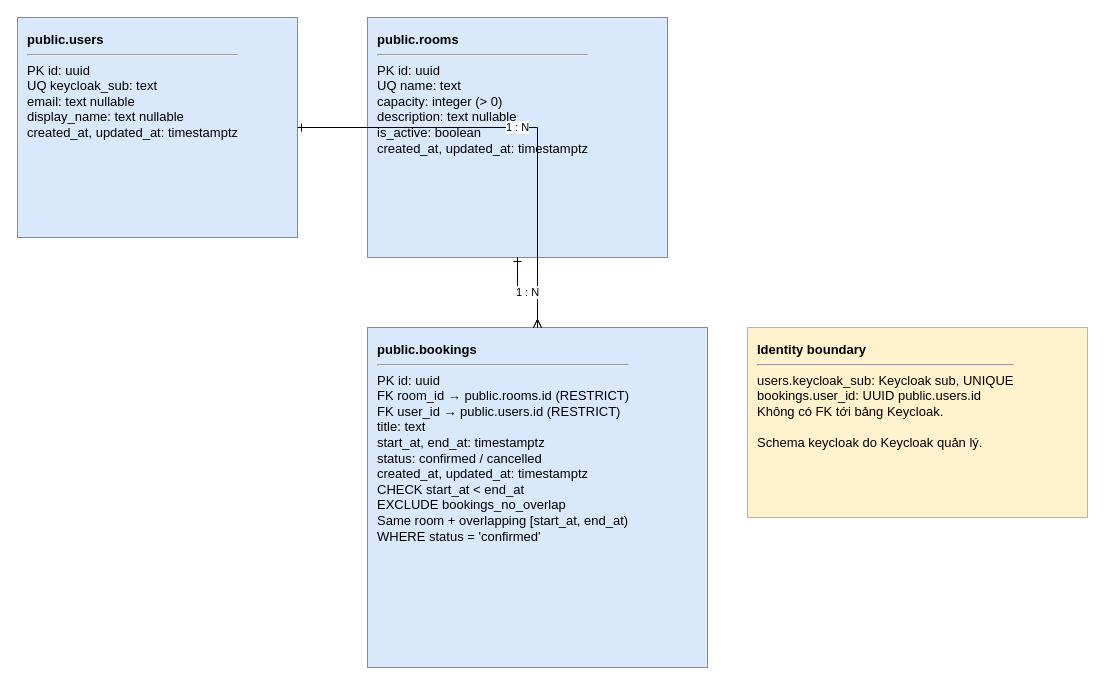
Earlier version of the draw.io diagram docs/database.drawio (tungct-1553/nestjs-meeting-room-booking-api). Source tidied: cells renumbered, new cells numbered last; positions are measured from the earlier drawing's top-left corner, leaving out a move shared by most shapes. Both pictures are drawn from the tidied source at 100%, with x=0, y=0 at pixel (17, 17).
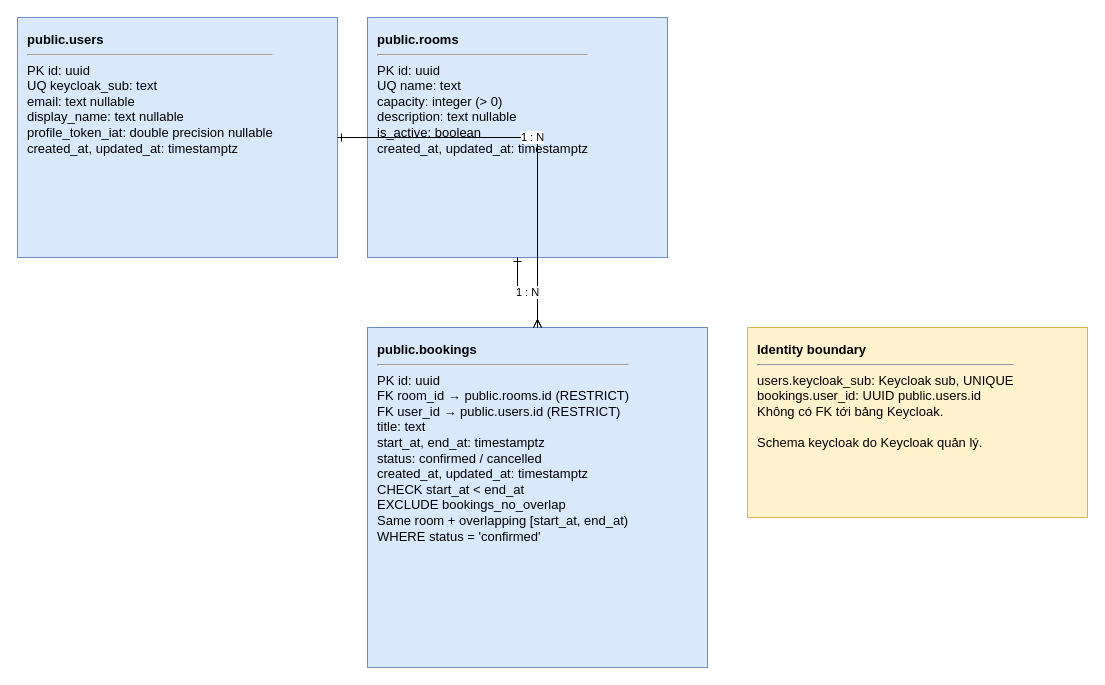
The same page after the edit.

What changed in the source:
```diff
@@
 <mxGraphModel>
   <root>
     <mxCell id="0" />
     <mxCell id="1" parent="0" />
-    <mxCell id="2" value="&lt;b&gt;public.users&lt;/b&gt;&lt;hr/&gt;PK id: uuid&lt;br/&gt;UQ keycloak_sub: text&lt;br/&gt;email: text nullable&lt;br/&gt;display_name: text nullable&lt;br/&gt;created_at, updated_at: timestamptz" style="rounded=0;whiteSpace=wrap;html=1;align=left;verticalAlign=top;spacing=10;fillColor=#dae8fc;strokeColor=#6c8ebf;fontSize=13;" parent="1" vertex="1">
-      <mxGeometry width="280" height="220" as="geometry" />
+    <mxCell id="2" value="&lt;b&gt;public.users&lt;/b&gt;&lt;hr/&gt;PK id: uuid&lt;br/&gt;UQ keycloak_sub: text&lt;br/&gt;email: text nullable&lt;br/&gt;display_name: text nullable&lt;br/&gt;profile_token_iat: double precision nullable&lt;br/&gt;created_at, updated_at: timestamptz" style="rounded=0;whiteSpace=wrap;html=1;align=left;verticalAlign=top;spacing=10;fillColor=#dae8fc;strokeColor=#6c8ebf;fontSize=13;" parent="1" vertex="1">
+      <mxGeometry width="320" height="240" as="geometry" />
     </mxCell>
     <mxCell id="3" value="&lt;b&gt;public.rooms&lt;/b&gt;&lt;hr/&gt;PK id: uuid&lt;br/&gt;UQ name: text&lt;br/&gt;capacity: integer (&gt; 0)&lt;br/&gt;description: text nullable&lt;br/&gt;is_active: boolean&lt;br/&gt;created_at, updated_at: timestamptz" style="rounded=0;whiteSpace=wrap;html=1;align=left;verticalAlign=top;spacing=10;fillColor=#dae8fc;strokeColor=#6c8ebf;fontSize=13;" parent="1" vertex="1">
       <mxGeometry x="350" width="300" height="240" as="geometry" />
     </mxCell>
     <mxCell id="4" value="&lt;b&gt;public.bookings&lt;/b&gt;&lt;hr/&gt;PK id: uuid&lt;br/&gt;FK room_id → public.rooms.id (RESTRICT)&lt;br/&gt;FK user_id → public.users.id (RESTRICT)&lt;br/&gt;title: text&lt;br/&gt;start_at, end_at: timestamptz&lt;br/&gt;status: confirmed / cancelled&lt;br/&gt;created_at, updated_at: timestamptz&lt;br/&gt;CHECK start_at &amp;lt; end_at&lt;br/&gt;EXCLUDE bookings_no_overlap&lt;br/&gt;Same room + overlapping [start_at, end_at)&lt;br/&gt;WHERE status = 'confirmed'" style="rounded=0;whiteSpace=wrap;html=1;align=left;verticalAlign=top;spacing=10;fillColor=#dae8fc;strokeColor=#6c8ebf;fontSize=13;" parent="1" vertex="1">
       <mxGeometry x="350" y="310" width="340" height="340" as="geometry" />
     </mxCell>
     <mxCell id="5" value="1 : N" style="edgeStyle=orthogonalEdgeStyle;rounded=0;html=1;endArrow=ERmany;endFill=0;startArrow=ERone;startFill=0;" parent="1" edge="1" source="2" target="4">
       <mxGeometry relative="1" as="geometry" />
     </mxCell>
     <mxCell id="6" value="1 : N" style="edgeStyle=orthogonalEdgeStyle;rounded=0;html=1;endArrow=ERmany;endFill=0;startArrow=ERone;startFill=0;" parent="1" edge="1" source="3" target="4">
       <mxGeometry relative="1" as="geometry" />
     </mxCell>
     <mxCell id="7" value="&lt;b&gt;Identity boundary&lt;/b&gt;&lt;hr/&gt;users.keycloak_sub: Keycloak sub, UNIQUE&lt;br/&gt;bookings.user_id: UUID public.users.id&lt;br/&gt;Không có FK tới bảng Keycloak.&lt;br/&gt;&lt;br/&gt;Schema keycloak do Keycloak quản lý." style="rounded=0;whiteSpace=wrap;html=1;align=left;verticalAlign=top;spacing=10;fillColor=#fff2cc;strokeColor=#d6b656;fontSize=13;" parent="1" vertex="1">
       <mxGeometry x="730" y="310" width="340" height="190" as="geometry" />
     </mxCell>
   </root>
 </mxGraphModel>
```
